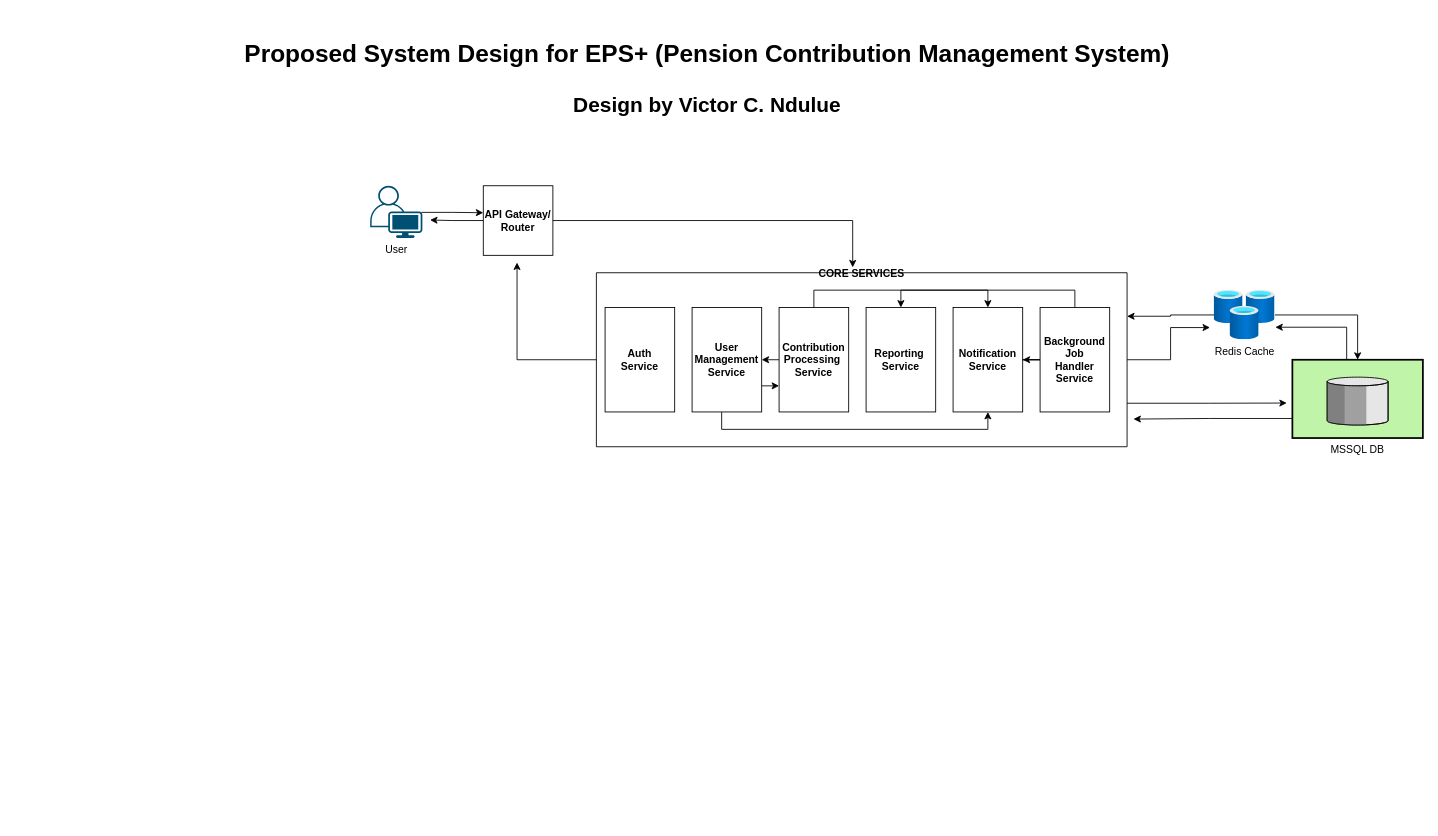
Earlier version of the draw.io diagram EnhancedPensionSystem.drawio (Victor-Ndulue/EnhancedPensionSystem). Source tidied: cells renumbered, new cells numbered last; positions are measured from the earlier drawing's top-left corner, leaving out a move shared by most shapes. Both pictures are drawn from the tidied source at 87%, with x=0, y=0 at pixel (15, 29).
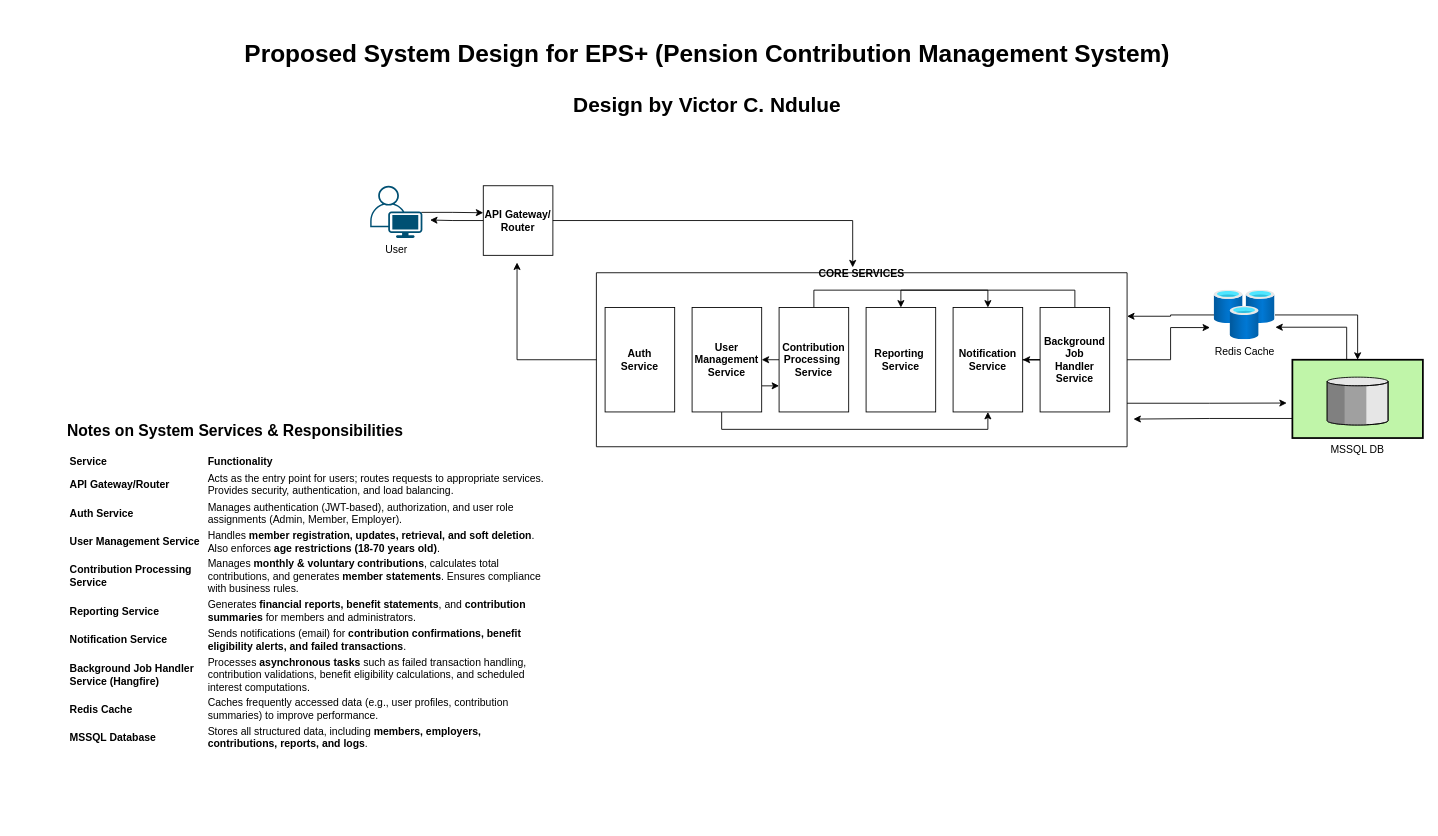
The same diagram, later.

Commit message:
Added description note to EnhancedPensionSystem.drawio

What changed in the source:
```diff
@@
+    <mxCell id="30" value="&lt;h2&gt;&lt;strong&gt;Notes on System Services &amp;amp; Responsibilities&lt;/strong&gt;&lt;/h2&gt;&lt;div class=&quot;overflow-x-auto contain-inline-size&quot;&gt;&lt;table&gt;&lt;thead&gt;&lt;tr&gt;&lt;th&gt;&lt;strong&gt;Service&lt;/strong&gt;&lt;/th&gt;&lt;th&gt;&lt;strong&gt;Functionality&lt;/strong&gt;&lt;/th&gt;&lt;/tr&gt;&lt;/thead&gt;&lt;tbody&gt;&lt;tr&gt;&lt;td&gt;&lt;strong&gt;API Gateway/Router&lt;/strong&gt;&lt;/td&gt;&lt;td&gt;Acts as the entry point for users; routes requests to appropriate services. Provides security, authentication, and load balancing.&lt;/td&gt;&lt;/tr&gt;&lt;tr&gt;&lt;td&gt;&lt;strong&gt;Auth Service&lt;/strong&gt;&lt;/td&gt;&lt;td&gt;Manages authentication (JWT-based), authorization, and user role assignments (Admin, Member, Employer).&lt;/td&gt;&lt;/tr&gt;&lt;tr&gt;&lt;td&gt;&lt;strong&gt;User Management Service&lt;/strong&gt;&lt;/td&gt;&lt;td&gt;Handles &lt;strong&gt;member registration, updates, retrieval, and soft deletion&lt;/strong&gt;. Also enforces &lt;strong&gt;age restrictions (18-70 years old)&lt;/strong&gt;.&lt;/td&gt;&lt;/tr&gt;&lt;tr&gt;&lt;td&gt;&lt;strong&gt;Contribution Processing Service&lt;/strong&gt;&lt;/td&gt;&lt;td&gt;Manages &lt;strong&gt;monthly &amp;amp; voluntary contributions&lt;/strong&gt;, calculates total contributions, and generates &lt;strong&gt;member statements&lt;/strong&gt;. Ensures compliance with business rules.&lt;/td&gt;&lt;/tr&gt;&lt;tr&gt;&lt;td&gt;&lt;strong&gt;Reporting Service&lt;/strong&gt;&lt;/td&gt;&lt;td&gt;Generates &lt;strong&gt;financial reports, benefit statements&lt;/strong&gt;, and &lt;strong&gt;contribution summaries&lt;/strong&gt; for members and administrators.&lt;/td&gt;&lt;/tr&gt;&lt;tr&gt;&lt;td&gt;&lt;strong&gt;Notification Service&lt;/strong&gt;&lt;/td&gt;&lt;td&gt;Sends notifications (email) for &lt;strong&gt;contribution confirmations, benefit eligibility alerts, and failed transactions&lt;/strong&gt;.&lt;/td&gt;&lt;/tr&gt;&lt;tr&gt;&lt;td&gt;&lt;strong&gt;Background Job Handler Service (Hangfire)&lt;/strong&gt;&lt;/td&gt;&lt;td&gt;Processes &lt;strong&gt;asynchronous tasks&lt;/strong&gt; such as failed transaction handling, contribution validations, benefit eligibility calculations, and scheduled interest computations.&lt;/td&gt;&lt;/tr&gt;&lt;tr&gt;&lt;td&gt;&lt;strong&gt;Redis Cache&lt;/strong&gt;&lt;/td&gt;&lt;td&gt;Caches frequently accessed data (e.g., user profiles, contribution summaries) to improve performance.&lt;/td&gt;&lt;/tr&gt;&lt;tr&gt;&lt;td&gt;&lt;strong&gt;MSSQL Database&lt;/strong&gt;&lt;/td&gt;&lt;td&gt;Stores all structured data, including &lt;strong&gt;members, employers, contributions, reports, and logs&lt;/strong&gt;.&lt;/td&gt;&lt;/tr&gt;&lt;/tbody&gt;&lt;/table&gt;&lt;/div&gt;" style="text;whiteSpace=wrap;html=1;" parent="1" vertex="1">
+      <mxGeometry x="58" y="430" width="560" height="480" as="geometry" />
+    </mxCell>
```
